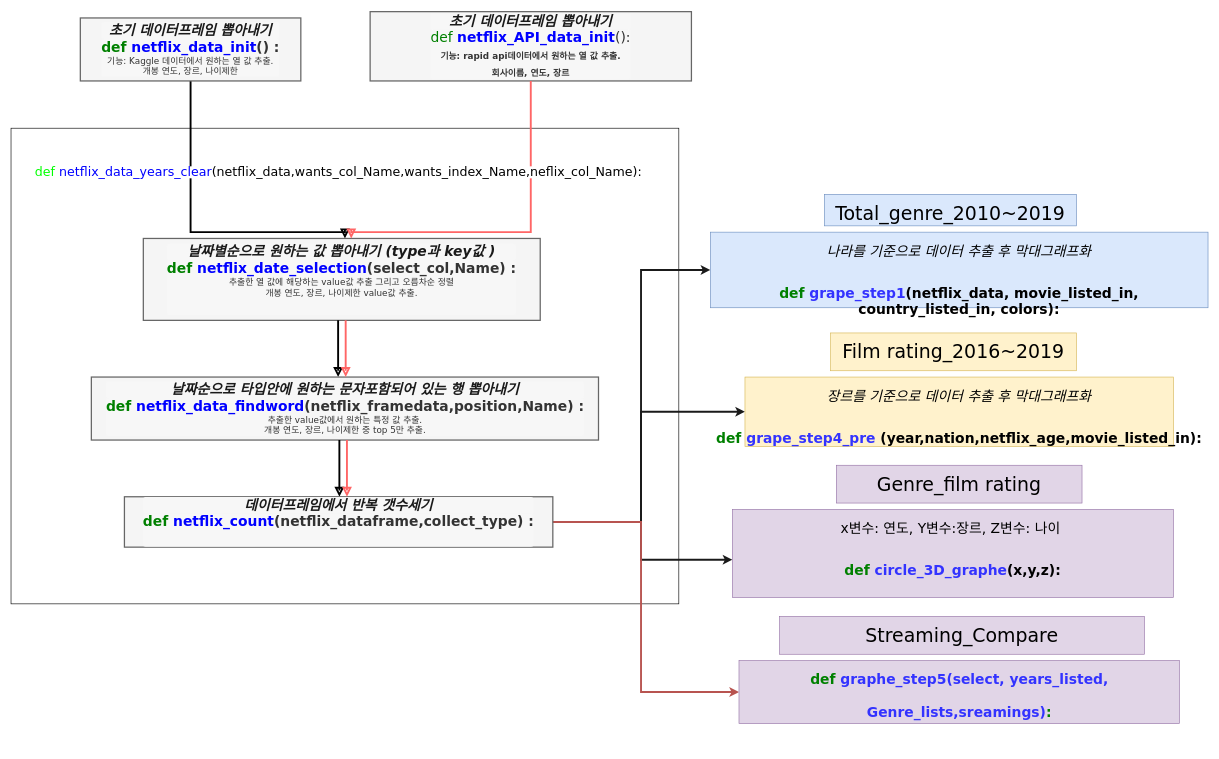
Above: netflix_mini_poject.drawio in kimsk920825/daily_commit (draw.io), before the change. Source tidied: cells renumbered, new cells numbered last; positions are measured from the earlier drawing's top-left corner, leaving out a move shared by most shapes. Both pictures are drawn from the tidied source at 63%, with x=0, y=0 at pixel (11, 11).
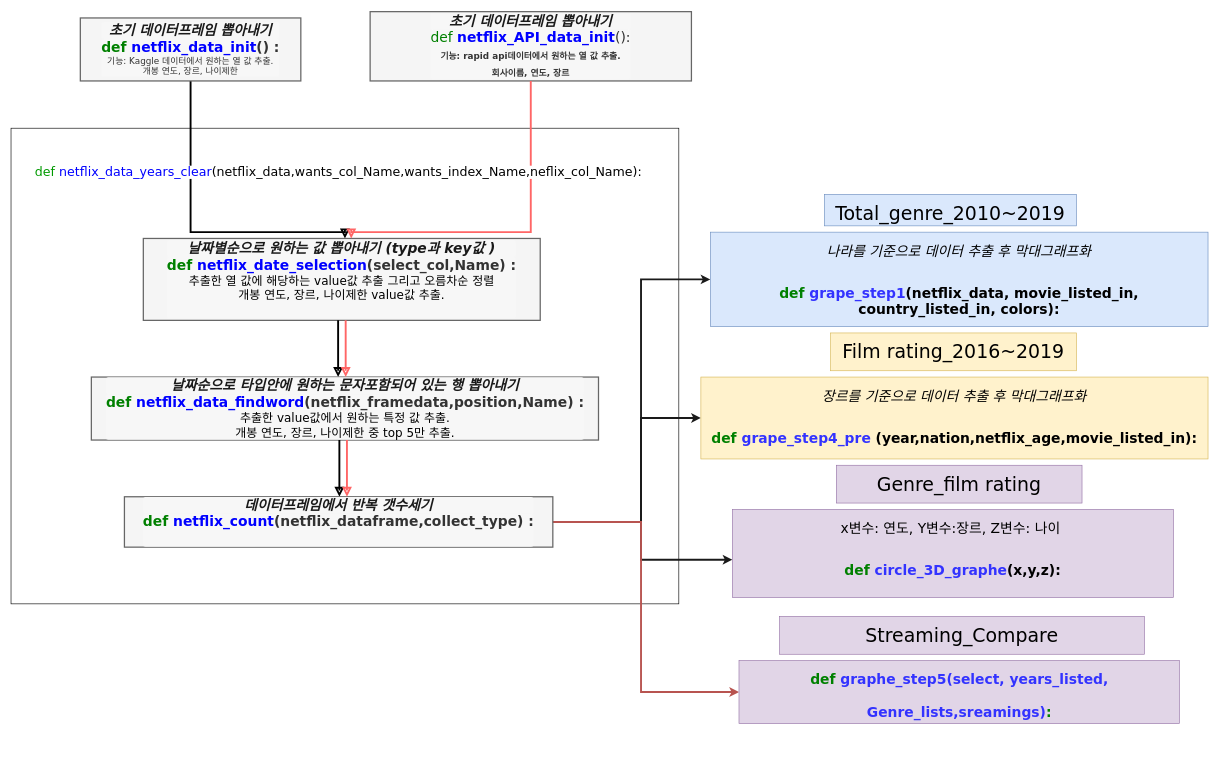
The same page after the edit.

Unchanged cells that the change refers to:
```xml
<mxCell id="14" value="&lt;div style=&quot;margin-top: 0px ; margin-bottom: 0px ; padding: 0px ; font-size: 22px ; border-radius: 4px ; line-height: inherit ; word-break: break-all ; overflow-wrap: break-word ; background-color: rgb(247 , 247 , 247) ; border: none&quot;&gt;&lt;font color=&quot;#1a1a1a&quot;&gt;&lt;span class=&quot;c1&quot; style=&quot;margin: 0px ; padding: 0px ; font-style: italic ; font-size: 22px&quot;&gt;데이터프레임에서 반복 갯수세기&lt;/span&gt;&lt;br style=&quot;font-size: 22px&quot;&gt;&lt;/font&gt;&lt;/div&gt;&lt;div style=&quot;margin-top: 0px ; margin-bottom: 0px ; padding: 0px ; font-size: 22px ; border-radius: 4px ; line-height: inherit ; word-break: break-all ; overflow-wrap: break-word ; background-color: rgb(247 , 247 , 247) ; border: none&quot;&gt;&lt;div style=&quot;margin-top: 0px ; margin-bottom: 0px ; padding: 0px ; border-radius: 4px ; line-height: inherit ; word-break: break-all ; overflow-wrap: break-word ; border: none ; font-size: 22px&quot;&gt;&lt;span class=&quot;k&quot; style=&quot;margin: 0px ; padding: 0px ; color: green ; font-size: 22px&quot;&gt;def&lt;/span&gt; &lt;span class=&quot;nf&quot; style=&quot;margin: 0px ; padding: 0px ; color: blue ; font-size: 22px&quot;&gt;netflix_count&lt;/span&gt;&lt;span class=&quot;p&quot; style=&quot;margin: 0px ; padding: 0px ; font-size: 22px&quot;&gt;(&lt;/span&gt;&lt;span class=&quot;n&quot; style=&quot;margin: 0px ; padding: 0px ; font-size: 22px&quot;&gt;netflix_dataframe&lt;/span&gt;&lt;span class=&quot;p&quot; style=&quot;margin: 0px ; padding: 0px ; font-size: 22px&quot;&gt;,&lt;/span&gt;&lt;span class=&quot;n&quot; style=&quot;margin: 0px ; padding: 0px ; font-size: 22px&quot;&gt;collect_type&lt;/span&gt;&lt;span class=&quot;p&quot; style=&quot;margin: 0px ; padding: 0px ; font-size: 22px&quot;&gt;)&lt;/span&gt; &lt;span class=&quot;p&quot; style=&quot;margin: 0px ; padding: 0px ; font-size: 22px&quot;&gt;:&lt;/span&gt;&lt;br style=&quot;font-size: 22px&quot;&gt;&lt;/div&gt;&lt;div style=&quot;color: rgb(51 , 51 , 51) ; font-size: 22px&quot;&gt;&lt;span class=&quot;p&quot; style=&quot;margin: 0px ; padding: 0px ; font-size: 22px&quot;&gt;&lt;br style=&quot;font-size: 22px&quot;&gt;&lt;/span&gt;&lt;/div&gt;&lt;/div&gt;" style="rounded=1;whiteSpace=wrap;html=1;fontSize=22;glass=0;strokeWidth=2;shadow=0;arcSize=0;fillColor=#f5f5f5;strokeColor=#666666;fontColor=#333333;fontStyle=1;fontFamily=Verdana;" parent="1" vertex="1">
  <mxGeometry x="180" y="770" width="680" height="80" as="geometry" />
</mxCell>
```

Diff of the diagram source:
```diff
@@
-    <mxCell id="6" value="&lt;div style=&quot;margin-top: 0px ; margin-bottom: 0px ; padding: 0px ; font-size: 22px ; border-radius: 4px ; line-height: inherit ; word-break: break-all ; overflow-wrap: break-word ; background-color: rgb(247 , 247 , 247) ; border: none&quot;&gt;&lt;font color=&quot;#1a1a1a&quot;&gt;&lt;span class=&quot;c1&quot; style=&quot;margin: 0px ; padding: 0px ; font-style: italic ; font-size: 22px&quot;&gt;날짜별순으로 원하는 값 뽑아내기 (type과 key값 )&lt;/span&gt;&lt;br style=&quot;font-size: 22px&quot;&gt;&lt;/font&gt;&lt;/div&gt;&lt;div style=&quot;margin-top: 0px ; margin-bottom: 0px ; padding: 0px ; font-size: 22px ; border-radius: 4px ; line-height: inherit ; word-break: break-all ; overflow-wrap: break-word ; background-color: rgb(247 , 247 , 247) ; border: none&quot;&gt;&lt;div style=&quot;margin-top: 0px ; margin-bottom: 0px ; padding: 0px ; border-radius: 4px ; line-height: inherit ; word-break: break-all ; overflow-wrap: break-word ; border: none ; font-size: 22px&quot;&gt;&lt;span class=&quot;k&quot; style=&quot;margin: 0px ; padding: 0px ; color: green ; font-size: 22px&quot;&gt;def&lt;/span&gt; &lt;span class=&quot;nf&quot; style=&quot;margin: 0px ; padding: 0px ; color: blue ; font-size: 22px&quot;&gt;netflix_date_selection&lt;/span&gt;&lt;span class=&quot;p&quot; style=&quot;margin: 0px ; padding: 0px ; font-size: 22px&quot;&gt;(&lt;/span&gt;&lt;span class=&quot;n&quot; style=&quot;margin: 0px ; padding: 0px ; font-size: 22px&quot;&gt;select_col&lt;/span&gt;&lt;span class=&quot;p&quot; style=&quot;margin: 0px ; padding: 0px ; font-size: 22px&quot;&gt;,&lt;/span&gt;&lt;span class=&quot;n&quot; style=&quot;margin: 0px ; padding: 0px ; font-size: 22px&quot;&gt;Name&lt;/span&gt;&lt;span class=&quot;p&quot; style=&quot;margin: 0px ; padding: 0px ; font-size: 22px&quot;&gt;)&lt;/span&gt; &lt;span class=&quot;p&quot; style=&quot;margin: 0px ; padding: 0px ; font-size: 22px&quot;&gt;:&lt;/span&gt;&lt;br style=&quot;font-size: 22px&quot;&gt;&lt;/div&gt;&lt;div style=&quot;color: rgb(51 , 51 , 51) ; margin-top: 0px ; margin-bottom: 0px ; padding: 0px ; border-radius: 4px ; line-height: inherit ; word-break: break-all ; overflow-wrap: break-word ; border: none ; font-size: 22px&quot;&gt;&lt;span class=&quot;p&quot; style=&quot;margin: 0px ; padding: 0px ; font-size: 22px&quot;&gt;&lt;div style=&quot;font-weight: normal ; margin-top: 0px ; margin-bottom: 0px ; padding: 0px ; font-size: 14px ; border-radius: 4px ; line-height: inherit ; word-break: break-all ; overflow-wrap: break-word ; border: none&quot;&gt;&lt;span class=&quot;p&quot; style=&quot;margin: 0px ; padding: 0px&quot;&gt;추출한 열 값에 해당하는 value값 추출 그리고 오름차순 정렬&lt;/span&gt;&lt;/div&gt;&lt;div style=&quot;font-weight: normal ; margin-top: 0px ; margin-bottom: 0px ; padding: 0px ; font-size: 14px ; border-radius: 4px ; line-height: inherit ; word-break: break-all ; overflow-wrap: break-word ; border: none&quot;&gt;&lt;span class=&quot;p&quot; style=&quot;margin: 0px ; padding: 0px&quot;&gt;개봉 연도, 장르, 나이제한 value값 추출.&lt;/span&gt;&lt;/div&gt;&lt;/span&gt;&lt;/div&gt;&lt;div style=&quot;color: rgb(51 , 51 , 51) ; font-size: 22px&quot;&gt;&lt;span class=&quot;p&quot; style=&quot;margin: 0px ; padding: 0px ; font-size: 22px&quot;&gt;&lt;br style=&quot;font-size: 22px&quot;&gt;&lt;/span&gt;&lt;/div&gt;&lt;/div&gt;" style="rounded=1;whiteSpace=wrap;html=1;fontSize=22;glass=0;strokeWidth=2;shadow=0;arcSize=0&#10;;fillColor=#f5f5f5;strokeColor=#666666;fontColor=#333333;fontStyle=1;fontFamily=Verdana;" parent="1" vertex="1">
+    <mxCell id="6" value="&lt;div style=&quot;margin-top: 0px ; margin-bottom: 0px ; padding: 0px ; font-size: 22px ; border-radius: 4px ; line-height: inherit ; word-break: break-all ; overflow-wrap: break-word ; background-color: rgb(247 , 247 , 247) ; border: none&quot;&gt;&lt;font color=&quot;#1a1a1a&quot;&gt;&lt;span class=&quot;c1&quot; style=&quot;margin: 0px ; padding: 0px ; font-style: italic ; font-size: 22px&quot;&gt;날짜별순으로 원하는 값 뽑아내기 (type과 key값 )&lt;/span&gt;&lt;br style=&quot;font-size: 22px&quot;&gt;&lt;/font&gt;&lt;/div&gt;&lt;div style=&quot;margin-top: 0px ; margin-bottom: 0px ; padding: 0px ; font-size: 22px ; border-radius: 4px ; line-height: inherit ; word-break: break-all ; overflow-wrap: break-word ; background-color: rgb(247 , 247 , 247) ; border: none&quot;&gt;&lt;div style=&quot;margin-top: 0px ; margin-bottom: 0px ; padding: 0px ; border-radius: 4px ; line-height: inherit ; word-break: break-all ; overflow-wrap: break-word ; border: none ; font-size: 22px&quot;&gt;&lt;span class=&quot;k&quot; style=&quot;margin: 0px ; padding: 0px ; color: green ; font-size: 22px&quot;&gt;def&lt;/span&gt; &lt;span class=&quot;nf&quot; style=&quot;margin: 0px ; padding: 0px ; color: blue ; font-size: 22px&quot;&gt;netflix_date_selection&lt;/span&gt;&lt;span class=&quot;p&quot; style=&quot;margin: 0px ; padding: 0px ; font-size: 22px&quot;&gt;(&lt;/span&gt;&lt;span class=&quot;n&quot; style=&quot;margin: 0px ; padding: 0px ; font-size: 22px&quot;&gt;select_col&lt;/span&gt;&lt;span class=&quot;p&quot; style=&quot;margin: 0px ; padding: 0px ; font-size: 22px&quot;&gt;,&lt;/span&gt;&lt;span class=&quot;n&quot; style=&quot;margin: 0px ; padding: 0px ; font-size: 22px&quot;&gt;Name&lt;/span&gt;&lt;span class=&quot;p&quot; style=&quot;margin: 0px ; padding: 0px ; font-size: 22px&quot;&gt;)&lt;/span&gt; &lt;span class=&quot;p&quot; style=&quot;margin: 0px ; padding: 0px ; font-size: 22px&quot;&gt;:&lt;/span&gt;&lt;br style=&quot;font-size: 22px&quot;&gt;&lt;/div&gt;&lt;div style=&quot;margin-top: 0px ; margin-bottom: 0px ; padding: 0px ; border-radius: 4px ; line-height: inherit ; word-break: break-all ; overflow-wrap: break-word ; border: none ; font-size: 22px&quot;&gt;&lt;span class=&quot;p&quot; style=&quot;margin: 0px ; padding: 0px ; font-size: 19px&quot;&gt;&lt;font color=&quot;#000000&quot; style=&quot;font-size: 19px&quot;&gt;&lt;div style=&quot;font-weight: normal ; margin-top: 0px ; margin-bottom: 0px ; padding: 0px ; border-radius: 4px ; line-height: inherit ; word-break: break-all ; overflow-wrap: break-word ; border: none&quot;&gt;&lt;span class=&quot;p&quot; style=&quot;margin: 0px ; padding: 0px&quot;&gt;추출한 열 값에 해당하는 value값 추출 그리고 오름차순 정렬&lt;/span&gt;&lt;/div&gt;&lt;div style=&quot;font-weight: normal ; margin-top: 0px ; margin-bottom: 0px ; padding: 0px ; border-radius: 4px ; line-height: inherit ; word-break: break-all ; overflow-wrap: break-word ; border: none&quot;&gt;&lt;span class=&quot;p&quot; style=&quot;margin: 0px ; padding: 0px&quot;&gt;개봉 연도, 장르, 나이제한 value값 추출.&lt;/span&gt;&lt;/div&gt;&lt;/font&gt;&lt;/span&gt;&lt;/div&gt;&lt;div style=&quot;color: rgb(51 , 51 , 51) ; font-size: 22px&quot;&gt;&lt;span class=&quot;p&quot; style=&quot;margin: 0px ; padding: 0px ; font-size: 22px&quot;&gt;&lt;br style=&quot;font-size: 22px&quot;&gt;&lt;/span&gt;&lt;/div&gt;&lt;/div&gt;" style="rounded=1;whiteSpace=wrap;html=1;fontSize=22;glass=0;strokeWidth=2;shadow=0;arcSize=0&#10;;fillColor=#f5f5f5;strokeColor=#666666;fontColor=#333333;fontStyle=1;fontFamily=Verdana;" parent="1" vertex="1">
       <mxGeometry x="210" y="360" width="630" height="130" as="geometry" />
     </mxCell>
@@
-    <mxCell id="8" value="&lt;div style=&quot;margin-top: 0px ; margin-bottom: 0px ; padding: 0px ; font-size: 22px ; border-radius: 4px ; line-height: inherit ; word-break: break-all ; overflow-wrap: break-word ; background-color: rgb(247 , 247 , 247) ; border: none&quot;&gt;&lt;span class=&quot;c1&quot; style=&quot;margin: 0px ; padding: 0px ; font-style: italic ; font-size: 22px&quot;&gt;&lt;font color=&quot;#1a1a1a&quot;&gt;날짜순으로 타입안에 원하는 문자포함되어 있는 행 뽑아내기&lt;/font&gt;&lt;/span&gt;&lt;br style=&quot;font-size: 22px&quot;&gt;&lt;/div&gt;&lt;div style=&quot;margin-top: 0px ; margin-bottom: 0px ; padding: 0px ; font-size: 22px ; color: rgb(51 , 51 , 51) ; border-radius: 4px ; line-height: inherit ; word-break: break-all ; overflow-wrap: break-word ; background-color: rgb(247 , 247 , 247) ; border: none&quot;&gt;&lt;div style=&quot;margin-top: 0px ; margin-bottom: 0px ; padding: 0px ; border-radius: 4px ; line-height: inherit ; word-break: break-all ; overflow-wrap: break-word ; border: none ; font-size: 22px&quot;&gt;&lt;span class=&quot;k&quot; style=&quot;margin: 0px ; padding: 0px ; color: green ; font-size: 22px&quot;&gt;def&lt;/span&gt; &lt;span class=&quot;nf&quot; style=&quot;margin: 0px ; padding: 0px ; color: blue ; font-size: 22px&quot;&gt;netflix_data_findword&lt;/span&gt;&lt;span class=&quot;p&quot; style=&quot;margin: 0px ; padding: 0px ; font-size: 22px&quot;&gt;(&lt;/span&gt;&lt;span class=&quot;n&quot; style=&quot;margin: 0px ; padding: 0px ; font-size: 22px&quot;&gt;netflix_framedata&lt;/span&gt;&lt;span class=&quot;p&quot; style=&quot;margin: 0px ; padding: 0px ; font-size: 22px&quot;&gt;,&lt;/span&gt;&lt;span class=&quot;n&quot; style=&quot;margin: 0px ; padding: 0px ; font-size: 22px&quot;&gt;position&lt;/span&gt;&lt;span class=&quot;p&quot; style=&quot;margin: 0px ; padding: 0px ; font-size: 22px&quot;&gt;,&lt;/span&gt;&lt;span class=&quot;n&quot; style=&quot;margin: 0px ; padding: 0px ; font-size: 22px&quot;&gt;Name&lt;/span&gt;&lt;span class=&quot;p&quot; style=&quot;margin: 0px ; padding: 0px ; font-size: 22px&quot;&gt;)&lt;/span&gt; &lt;span class=&quot;p&quot; style=&quot;margin: 0px ; padding: 0px ; font-size: 22px&quot;&gt;:&lt;/span&gt;&lt;br style=&quot;font-size: 22px&quot;&gt;&lt;/div&gt;&lt;div style=&quot;font-size: 22px&quot;&gt;&lt;span class=&quot;p&quot; style=&quot;margin: 0px ; padding: 0px ; font-size: 22px&quot;&gt;&lt;div style=&quot;font-weight: normal ; margin-top: 0px ; margin-bottom: 0px ; padding: 0px ; font-size: 14px ; border-radius: 4px ; line-height: inherit ; word-break: break-all ; overflow-wrap: break-word ; border: none&quot;&gt;&lt;div style=&quot;margin-top: 0px ; margin-bottom: 0px ; padding: 0px ; border-top-left-radius: 4px ; border-top-right-radius: 4px ; border-bottom-right-radius: 4px ; border-bottom-left-radius: 4px ; line-height: inherit ; word-break: break-all ; overflow-wrap: break-word ; border: none&quot;&gt;추출한 value값에서 원하는 특정 값 추출. &lt;/div&gt;&lt;div style=&quot;margin-top: 0px ; margin-bottom: 0px ; padding: 0px ; border-top-left-radius: 4px ; border-top-right-radius: 4px ; border-bottom-right-radius: 4px ; border-bottom-left-radius: 4px ; line-height: inherit ; word-break: break-all ; overflow-wrap: break-word ; border: none&quot;&gt;개봉 연도, 장르, 나이제한 중 top 5만 추출. &lt;/div&gt;&lt;/div&gt;&lt;/span&gt;&lt;/div&gt;&lt;/div&gt;" style="rounded=1;whiteSpace=wrap;html=1;fontSize=22;glass=0;strokeWidth=2;shadow=0;arcSize=0;fillColor=#f5f5f5;strokeColor=#666666;fontColor=#333333;fontStyle=1;fontFamily=Verdana;" parent="1" vertex="1">
+    <mxCell id="8" value="&lt;div style=&quot;margin-top: 0px ; margin-bottom: 0px ; padding: 0px ; font-size: 22px ; border-radius: 4px ; line-height: inherit ; word-break: break-all ; overflow-wrap: break-word ; background-color: rgb(247 , 247 , 247) ; border: none&quot;&gt;&lt;span class=&quot;c1&quot; style=&quot;margin: 0px ; padding: 0px ; font-style: italic ; font-size: 22px&quot;&gt;&lt;font color=&quot;#1a1a1a&quot;&gt;날짜순으로 타입안에 원하는 문자포함되어 있는 행 뽑아내기&lt;/font&gt;&lt;/span&gt;&lt;br style=&quot;font-size: 22px&quot;&gt;&lt;/div&gt;&lt;div style=&quot;margin-top: 0px ; margin-bottom: 0px ; padding: 0px ; font-size: 22px ; border-radius: 4px ; line-height: inherit ; word-break: break-all ; overflow-wrap: break-word ; background-color: rgb(247 , 247 , 247) ; border: none&quot;&gt;&lt;div style=&quot;color: rgb(51 , 51 , 51) ; margin-top: 0px ; margin-bottom: 0px ; padding: 0px ; border-radius: 4px ; line-height: inherit ; word-break: break-all ; overflow-wrap: break-word ; border: none ; font-size: 22px&quot;&gt;&lt;span class=&quot;k&quot; style=&quot;margin: 0px ; padding: 0px ; color: green ; font-size: 22px&quot;&gt;def&lt;/span&gt; &lt;span class=&quot;nf&quot; style=&quot;margin: 0px ; padding: 0px ; color: blue ; font-size: 22px&quot;&gt;netflix_data_findword&lt;/span&gt;&lt;span class=&quot;p&quot; style=&quot;margin: 0px ; padding: 0px ; font-size: 22px&quot;&gt;(&lt;/span&gt;&lt;span class=&quot;n&quot; style=&quot;margin: 0px ; padding: 0px ; font-size: 22px&quot;&gt;netflix_framedata&lt;/span&gt;&lt;span class=&quot;p&quot; style=&quot;margin: 0px ; padding: 0px ; font-size: 22px&quot;&gt;,&lt;/span&gt;&lt;span class=&quot;n&quot; style=&quot;margin: 0px ; padding: 0px ; font-size: 22px&quot;&gt;position&lt;/span&gt;&lt;span class=&quot;p&quot; style=&quot;margin: 0px ; padding: 0px ; font-size: 22px&quot;&gt;,&lt;/span&gt;&lt;span class=&quot;n&quot; style=&quot;margin: 0px ; padding: 0px ; font-size: 22px&quot;&gt;Name&lt;/span&gt;&lt;span class=&quot;p&quot; style=&quot;margin: 0px ; padding: 0px ; font-size: 22px&quot;&gt;)&lt;/span&gt; &lt;span class=&quot;p&quot; style=&quot;margin: 0px ; padding: 0px ; font-size: 22px&quot;&gt;:&lt;/span&gt;&lt;br style=&quot;font-size: 22px&quot;&gt;&lt;/div&gt;&lt;div style=&quot;font-size: 22px&quot;&gt;&lt;span class=&quot;p&quot; style=&quot;margin: 0px ; padding: 0px ; font-size: 22px&quot;&gt;&lt;div style=&quot;font-weight: normal ; margin-top: 0px ; margin-bottom: 0px ; padding: 0px ; font-size: 19px ; border-radius: 4px ; line-height: inherit ; word-break: break-all ; overflow-wrap: break-word ; border: none&quot;&gt;&lt;font color=&quot;#000000&quot; style=&quot;font-size: 19px&quot;&gt;&lt;div style=&quot;margin-top: 0px ; margin-bottom: 0px ; padding: 0px ; border-radius: 4px ; line-height: inherit ; word-break: break-all ; overflow-wrap: break-word ; border: none&quot;&gt;추출한 value값에서 원하는 특정 값 추출. &lt;/div&gt;&lt;div style=&quot;margin-top: 0px ; margin-bottom: 0px ; padding: 0px ; border-radius: 4px ; line-height: inherit ; word-break: break-all ; overflow-wrap: break-word ; border: none&quot;&gt;개봉 연도, 장르, 나이제한 중 top 5만 추출. &lt;/div&gt;&lt;/font&gt;&lt;/div&gt;&lt;/span&gt;&lt;/div&gt;&lt;/div&gt;" style="rounded=1;whiteSpace=wrap;html=1;fontSize=22;glass=0;strokeWidth=2;shadow=0;arcSize=0;fillColor=#f5f5f5;strokeColor=#666666;fontColor=#333333;fontStyle=1;fontFamily=Verdana;" parent="1" vertex="1">
       <mxGeometry x="127.5" y="580" width="805" height="100" as="geometry" />
     </mxCell>
@@
     <mxCell id="10" style="edgeStyle=orthogonalEdgeStyle;rounded=0;jettySize=auto;html=1;entryX=0;entryY=0.5;entryDx=0;entryDy=0;strokeWidth=3;strokeColor=#1A1A1A;fontFamily=Verdana;" parent="1" edge="1" source="14" target="15">
       <mxGeometry relative="1" as="geometry">
         <Array as="points">
           <mxPoint x="1000" y="810" />
-          <mxPoint x="1000" y="410" />
+          <mxPoint x="1000" y="425" />
         </Array>
       </mxGeometry>
     </mxCell>
     <mxCell id="11" style="edgeStyle=orthogonalEdgeStyle;rounded=0;jettySize=auto;html=1;entryX=0;entryY=0.5;entryDx=0;entryDy=0;strokeColor=#1A1A1A;strokeWidth=3;fontFamily=Verdana;" parent="1" edge="1" source="14" target="16">
       <mxGeometry relative="1" as="geometry">
         <Array as="points">
           <mxPoint x="1000" y="810" />
-          <mxPoint x="1000" y="635" />
+          <mxPoint x="1000" y="645" />
         </Array>
       </mxGeometry>
     </mxCell>
@@
     <mxCell id="15" value="&lt;h2 style=&quot;box-sizing: border-box; margin: 0px 0px 30px; padding: 0px; font-weight: normal; line-height: 47.5px; font-size: 22px; font-stretch: normal;&quot;&gt;&lt;i&gt;나라를 기준으로 데이터 추출 후 막대그래프화&lt;/i&gt;&lt;/h2&gt;&lt;div&gt;&lt;font style=&quot;font-size: 22px&quot;&gt;&lt;b&gt;&lt;span style=&quot;color: green&quot;&gt;def&lt;/span&gt;&amp;nbsp;&lt;font color=&quot;#3333ff&quot;&gt;grape_step1&lt;/font&gt;(netflix_data, movie_listed_in, country_listed_in, colors):&lt;/b&gt;&lt;/font&gt;&lt;/div&gt;" style="text;whiteSpace=wrap;html=1;fillColor=#dae8fc;strokeColor=#6c8ebf;align=center;fontFamily=Verdana;" parent="1" vertex="1">
-      <mxGeometry x="1110" y="350" width="790" height="120" as="geometry" />
+      <mxGeometry x="1110" y="350" width="790" height="150" as="geometry" />
     </mxCell>
     <mxCell id="16" value="&lt;h2 style=&quot;box-sizing: border-box; margin: 0px 0px 30px; padding: 0px; font-weight: normal; line-height: 47.5px; font-size: 22px; font-stretch: normal;&quot;&gt;&lt;i&gt;장르를 기준으로 데이터 추출 후 막대그래프화&lt;/i&gt;&lt;/h2&gt;&lt;div&gt;&lt;b style=&quot;font-size: 22px&quot;&gt;&lt;span style=&quot;color: green&quot;&gt;def&lt;/span&gt;&amp;nbsp;&lt;font color=&quot;#3333ff&quot;&gt;grape_step4_pre&lt;/font&gt;&amp;nbsp;(year,nation,netflix_age,movie_listed_in):&lt;/b&gt;&lt;i&gt;&lt;br&gt;&lt;/i&gt;&lt;/div&gt;" style="text;whiteSpace=wrap;html=1;fillColor=#fff2cc;strokeColor=#d6b656;align=center;fontFamily=Verdana;" parent="1" vertex="1">
-      <mxGeometry x="1165" y="580" width="680" height="110" as="geometry" />
+      <mxGeometry x="1095" y="580" width="805" height="130" as="geometry" />
     </mxCell>
@@
-    <mxCell id="27" value="&lt;p style=&quot;text-align: right; background-color: rgb(255, 255, 255); font-size: 20px; line-height: 19px;&quot;&gt;&lt;span style=&quot;font-size: 20px&quot;&gt;&lt;font color=&quot;#00ff00&quot;&gt;def&lt;/font&gt;&lt;/span&gt;&lt;font color=&quot;#000000&quot;&gt;&amp;nbsp;&lt;/font&gt;&lt;span style=&quot;font-size: 20px&quot;&gt;&lt;font color=&quot;#0000ff&quot;&gt;netflix_data_years_clear&lt;/font&gt;&lt;/span&gt;&lt;font color=&quot;#000000&quot;&gt;&lt;font&gt;(&lt;/font&gt;&lt;font&gt;&lt;span style=&quot;font-size: 20px&quot;&gt;netflix_data&lt;/span&gt;&lt;font&gt;,&lt;/font&gt;&lt;span style=&quot;font-size: 20px&quot;&gt;wants_col_Name&lt;/span&gt;&lt;font&gt;,&lt;/font&gt;&lt;span style=&quot;font-size: 20px&quot;&gt;wants_index_Name&lt;/span&gt;&lt;font&gt;,&lt;/font&gt;&lt;span style=&quot;font-size: 20px&quot;&gt;neflix_col_Name&lt;/span&gt;&lt;/font&gt;&lt;font&gt;):&lt;/font&gt;&lt;/font&gt;&lt;/p&gt;" style="text;html=1;strokeColor=none;fillColor=none;align=center;verticalAlign=middle;whiteSpace=wrap;rounded=0;fontSize=20;fontFamily=Verdana;" parent="1" vertex="1">
+    <mxCell id="27" value="&lt;p style=&quot;text-align: right ; background-color: rgb(255 , 255 , 255) ; font-size: 20px ; line-height: 105%&quot;&gt;&lt;span style=&quot;font-size: 20px&quot;&gt;&lt;font color=&quot;#009900&quot;&gt;def&lt;/font&gt;&lt;/span&gt;&lt;font color=&quot;#000000&quot;&gt;&amp;nbsp;&lt;/font&gt;&lt;span style=&quot;font-size: 20px&quot;&gt;&lt;font color=&quot;#0000ff&quot;&gt;netflix_data_years_clear&lt;/font&gt;&lt;/span&gt;&lt;font color=&quot;#000000&quot;&gt;&lt;font&gt;(&lt;/font&gt;&lt;font&gt;&lt;span style=&quot;font-size: 20px&quot;&gt;netflix_data&lt;/span&gt;&lt;font&gt;,&lt;/font&gt;&lt;span style=&quot;font-size: 20px&quot;&gt;wants_col_Name&lt;/span&gt;&lt;font&gt;,&lt;/font&gt;&lt;span style=&quot;font-size: 20px&quot;&gt;wants_index_Name&lt;/span&gt;&lt;font&gt;,&lt;/font&gt;&lt;span style=&quot;font-size: 20px&quot;&gt;neflix_col_Name&lt;/span&gt;&lt;/font&gt;&lt;font&gt;):&lt;/font&gt;&lt;/font&gt;&lt;/p&gt;" style="text;html=1;strokeColor=none;fillColor=none;align=center;verticalAlign=middle;whiteSpace=wrap;rounded=0;fontSize=20;fontFamily=Verdana;" parent="1" vertex="1">
       <mxGeometry x="190" y="200" width="660" height="110" as="geometry" />
     </mxCell>
```
